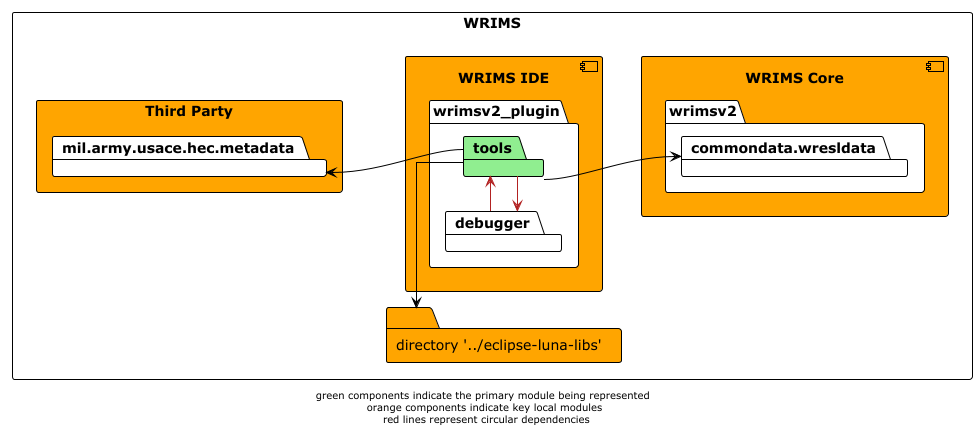
Above: docs/diagrams/wrims-modules/wrims-ide/wrims-ide_tools.png in CentralValleyModeling/wrims-gui (PlantUML), before the change.
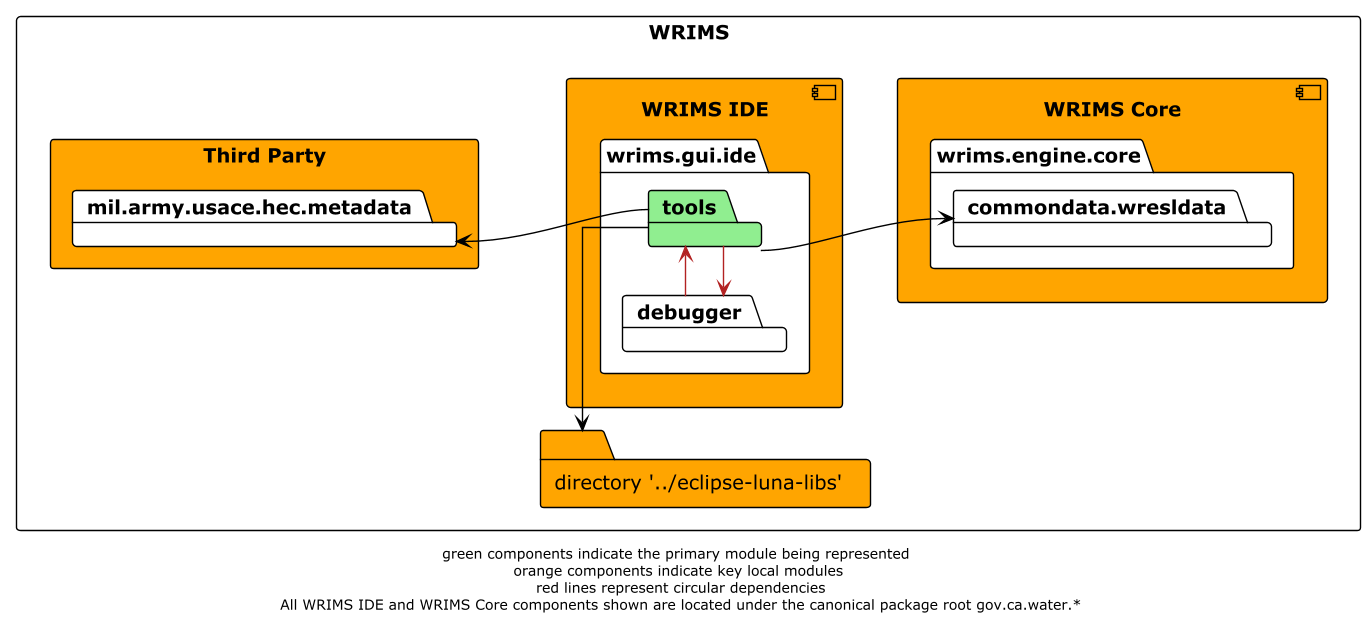
The same file after the commit.

Diff of the diagram source:
```diff
@@ -6,7 +6,7 @@
 
 rectangle WRIMS {
     component wrims-ide as "WRIMS IDE" #orange {
-        package wrimsv2_plugin {
+        package wrims.gui.ide {
             package tools #lightgreen
             package debugger
         }
@@ -18,7 +18,7 @@
     }
 
     component wrims-core as "WRIMS Core" #orange {
-        package wrimsv2 {
+        package wrims.engine.core {
             package commondata.wresldata
         }
     }
@@ -30,5 +30,5 @@
 
 debugger -> tools #firebrick
 
-footer "green components indicate the primary module being represented \n orange components indicate key local modules \n red lines represent circular dependencies"
+footer "green components indicate the primary module being represented \n orange components indicate key local modules \n red lines represent circular dependencies\n All WRIMS IDE and WRIMS Core components shown are located under the canonical package root gov.ca.water.*"
 @enduml
```
